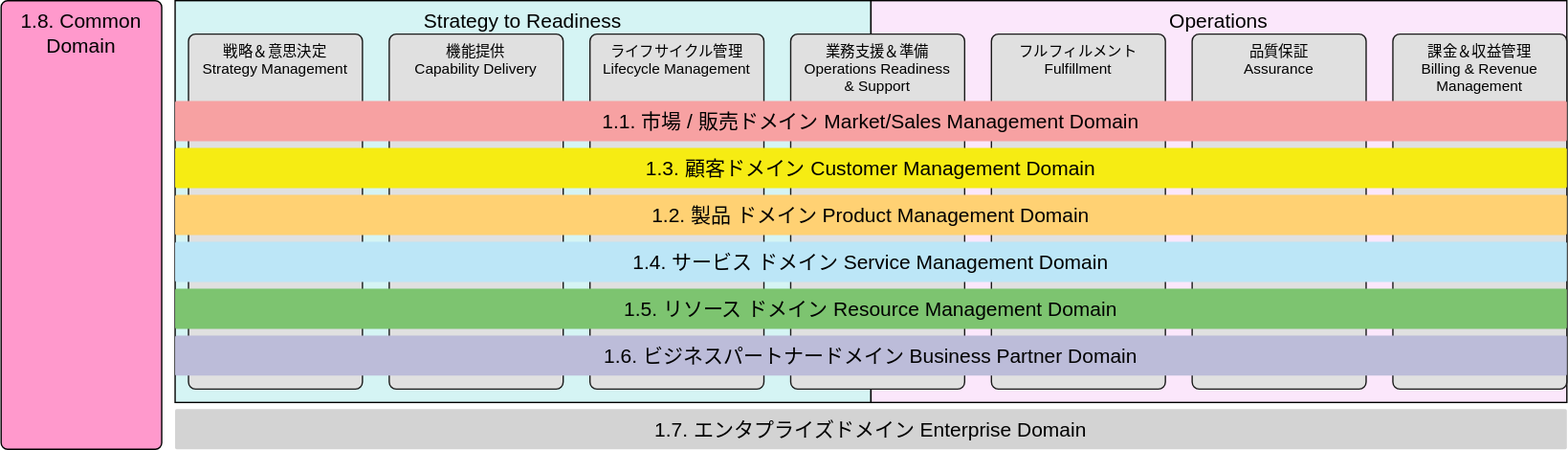
The draw.io diagram src/assets/eTOM_Overview_ja.drawio.svg in nojaja/FrameworxDiagramViewer, before a commit. Source tidied: cells renumbered, new cells last; positions are measured from the earlier drawing's top-left corner, leaving out a move shared by most shapes.
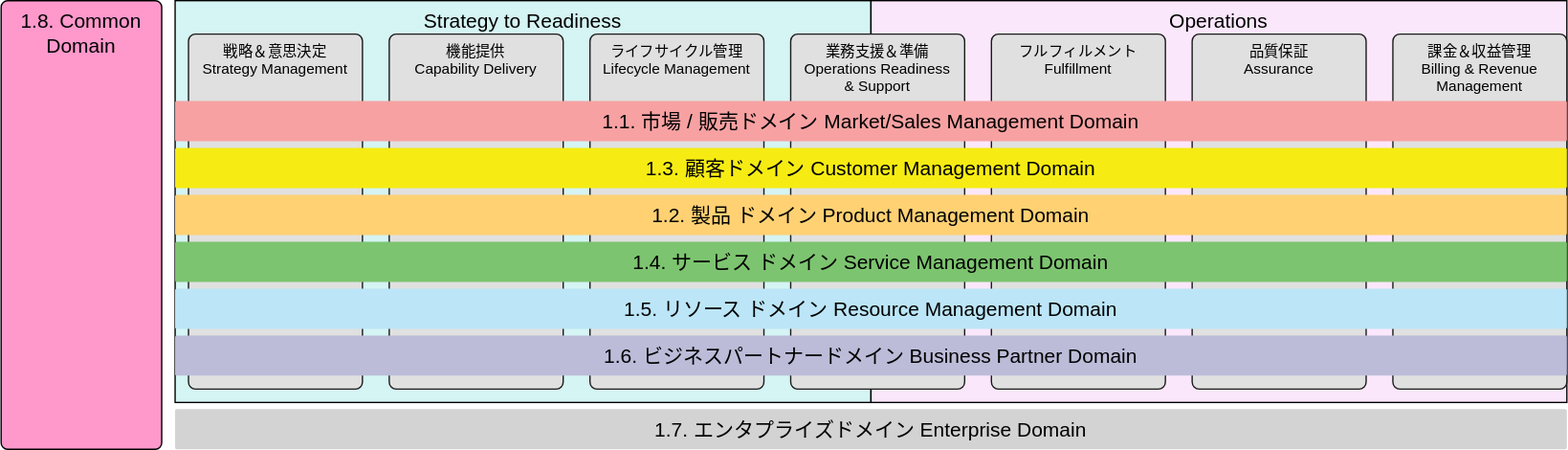
Above is the later version.

The edit, as a diff of the source:
```diff
@@ -44,10 +44,10 @@
     <mxCell id="15" value="1.2. 製品&lt;span style=&quot;color: rgba(0 , 0 , 0 , 0) ; font-family: monospace ; font-size: 0px&quot;&gt;%3CmxGraphModel%3E%3Croot%3E%3CmxCell%20id%3D%220%22%2F%3E%3CmxCell%20id%3D%221%22%20parent%3D%220%22%2F%3E%3CmxCell%20id%3D%222%22%20value%3D%22%E9%A1%A7%E5%AE%A2%26lt%3Bbr%26gt%3B%E3%83%89%E3%83%A1%E3%82%A4%E3%83%B3%22%20style%3D%22rounded%3D1%3BwhiteSpace%3Dwrap%3Bhtml%3D1%3BarcSize%3D4%3BverticalAlign%3Dmiddle%3BfontSize%3D15%3BfontColor%3D%23000000%3BstrokeColor%3Dnone%3BfillColor%3D%23F7A1A2%3B%22%20vertex%3D%221%22%20parent%3D%221%22%3E%3CmxGeometry%20x%3D%22130%22%20y%3D%22170%22%20width%3D%221030%22%20height%3D%2260%22%20as%3D%22geometry%22%2F%3E%3C%2FmxCell%3E%3C%2Froot%3E%3C%2FmxGraphModel%3E&lt;/span&gt;ドメイン&amp;nbsp;&lt;span&gt;Product Management Domain&lt;br&gt;&lt;/span&gt;" style="rounded=1;whiteSpace=wrap;html=1;arcSize=4;verticalAlign=middle;fontSize=15;fontColor=#000000;strokeColor=none;fillColor=#FFD173;" parent="1" vertex="1">
       <mxGeometry x="130" y="145" width="1040" height="30" as="geometry" />
     </mxCell>
-    <mxCell id="16" value="1.4. サービス&lt;span style=&quot;color: rgba(0 , 0 , 0 , 0) ; font-family: monospace ; font-size: 0px&quot;&gt;%3CmxGraphModel%3E%3Croot%3E%3CmxCell%20id%3D%220%22%2F%3E%3CmxCell%20id%3D%221%22%20parent%3D%220%22%2F%3E%3CmxCell%20id%3D%222%22%20value%3D%22%E9%A1%A7%E5%AE%A2%26lt%3Bbr%26gt%3B%E3%83%89%E3%83%A1%E3%82%A4%E3%83%B3%22%20style%3D%22rounded%3D1%3BwhiteSpace%3Dwrap%3Bhtml%3D1%3BarcSize%3D4%3BverticalAlign%3Dmiddle%3BfontSize%3D15%3BfontColor%3D%23000000%3BstrokeColor%3Dnone%3BfillColor%3D%23F7A1A2%3B%22%20vertex%3D%221%22%20parent%3D%221%22%3E%3CmxGeometry%20x%3D%22130%22%20y%3D%22170%22%20width%3D%221030%22%20height%3D%2260%22%20as%3D%22geometry%22%2F%3E%3C%2FmxCell%3E%3C%2Froot%3E%3C%2FmxGraphModel%3E&lt;/span&gt;ドメイン&amp;nbsp;&lt;span&gt;Service Management Domain&lt;br&gt;&lt;/span&gt;" style="rounded=1;whiteSpace=wrap;html=1;arcSize=4;verticalAlign=middle;fontSize=15;fontColor=#000000;strokeColor=none;fillColor=#BCE6F7;" parent="1" vertex="1">
+    <mxCell id="16" value="1.4. サービス&lt;span style=&quot;color: rgba(0 , 0 , 0 , 0) ; font-family: monospace ; font-size: 0px&quot;&gt;%3CmxGraphModel%3E%3Croot%3E%3CmxCell%20id%3D%220%22%2F%3E%3CmxCell%20id%3D%221%22%20parent%3D%220%22%2F%3E%3CmxCell%20id%3D%222%22%20value%3D%22%E9%A1%A7%E5%AE%A2%26lt%3Bbr%26gt%3B%E3%83%89%E3%83%A1%E3%82%A4%E3%83%B3%22%20style%3D%22rounded%3D1%3BwhiteSpace%3Dwrap%3Bhtml%3D1%3BarcSize%3D4%3BverticalAlign%3Dmiddle%3BfontSize%3D15%3BfontColor%3D%23000000%3BstrokeColor%3Dnone%3BfillColor%3D%23F7A1A2%3B%22%20vertex%3D%221%22%20parent%3D%221%22%3E%3CmxGeometry%20x%3D%22130%22%20y%3D%22170%22%20width%3D%221030%22%20height%3D%2260%22%20as%3D%22geometry%22%2F%3E%3C%2FmxCell%3E%3C%2Froot%3E%3C%2FmxGraphModel%3E&lt;/span&gt;ドメイン&amp;nbsp;&lt;span&gt;Service Management Domain&lt;br&gt;&lt;/span&gt;" style="rounded=1;whiteSpace=wrap;html=1;arcSize=4;verticalAlign=middle;fontSize=15;fontColor=#000000;strokeColor=none;fillColor=#7DC470;" parent="1" vertex="1">
       <mxGeometry x="130" y="180" width="1040" height="30" as="geometry" />
     </mxCell>
-    <mxCell id="17" value="1.5. リソース&lt;span style=&quot;color: rgba(0 , 0 , 0 , 0) ; font-family: monospace ; font-size: 0px&quot;&gt;%3CmxGraphModel%3E%3Croot%3E%3CmxCell%20id%3D%220%22%2F%3E%3CmxCell%20id%3D%221%22%20parent%3D%220%22%2F%3E%3CmxCell%20id%3D%222%22%20value%3D%22%E9%A1%A7%E5%AE%A2%26lt%3Bbr%26gt%3B%E3%83%89%E3%83%A1%E3%82%A4%E3%83%B3%22%20style%3D%22rounded%3D1%3BwhiteSpace%3Dwrap%3Bhtml%3D1%3BarcSize%3D4%3BverticalAlign%3Dmiddle%3BfontSize%3D15%3BfontColor%3D%23000000%3BstrokeColor%3Dnone%3BfillColor%3D%23F7A1A2%3B%22%20vertex%3D%221%22%20parent%3D%221%22%3E%3CmxGeometry%20x%3D%22130%22%20y%3D%22170%22%20width%3D%221030%22%20height%3D%2260%22%20as%3D%22geometry%22%2F%3E%3C%2FmxCell%3E%3C%2Froot%3E%3C%2FmxGraphModel%3E&lt;/span&gt;ドメイン&amp;nbsp;&lt;span&gt;Resource Management Domain&lt;br&gt;&lt;/span&gt;" style="rounded=1;whiteSpace=wrap;html=1;arcSize=4;verticalAlign=middle;fontSize=15;fontColor=#000000;strokeColor=none;fillColor=#7DC470;" parent="1" vertex="1">
+    <mxCell id="17" value="1.5. リソース&lt;span style=&quot;color: rgba(0 , 0 , 0 , 0) ; font-family: monospace ; font-size: 0px&quot;&gt;%3CmxGraphModel%3E%3Croot%3E%3CmxCell%20id%3D%220%22%2F%3E%3CmxCell%20id%3D%221%22%20parent%3D%220%22%2F%3E%3CmxCell%20id%3D%222%22%20value%3D%22%E9%A1%A7%E5%AE%A2%26lt%3Bbr%26gt%3B%E3%83%89%E3%83%A1%E3%82%A4%E3%83%B3%22%20style%3D%22rounded%3D1%3BwhiteSpace%3Dwrap%3Bhtml%3D1%3BarcSize%3D4%3BverticalAlign%3Dmiddle%3BfontSize%3D15%3BfontColor%3D%23000000%3BstrokeColor%3Dnone%3BfillColor%3D%23F7A1A2%3B%22%20vertex%3D%221%22%20parent%3D%221%22%3E%3CmxGeometry%20x%3D%22130%22%20y%3D%22170%22%20width%3D%221030%22%20height%3D%2260%22%20as%3D%22geometry%22%2F%3E%3C%2FmxCell%3E%3C%2Froot%3E%3C%2FmxGraphModel%3E&lt;/span&gt;ドメイン&amp;nbsp;&lt;span&gt;Resource Management Domain&lt;br&gt;&lt;/span&gt;" style="rounded=1;whiteSpace=wrap;html=1;arcSize=4;verticalAlign=middle;fontSize=15;fontColor=#000000;strokeColor=none;fillColor=#BCE6F7;" parent="1" vertex="1">
       <mxGeometry x="130" y="215" width="1040" height="30" as="geometry" />
     </mxCell>
     <mxCell id="18" value="1.6. ビジネスパートナードメイン&amp;nbsp;&lt;span&gt;Business Partner Domain&lt;br&gt;&lt;/span&gt;" style="rounded=1;whiteSpace=wrap;html=1;arcSize=4;verticalAlign=middle;fontSize=15;fontColor=#000000;strokeColor=none;fillColor=#BCBCD9;" parent="1" vertex="1">
```
